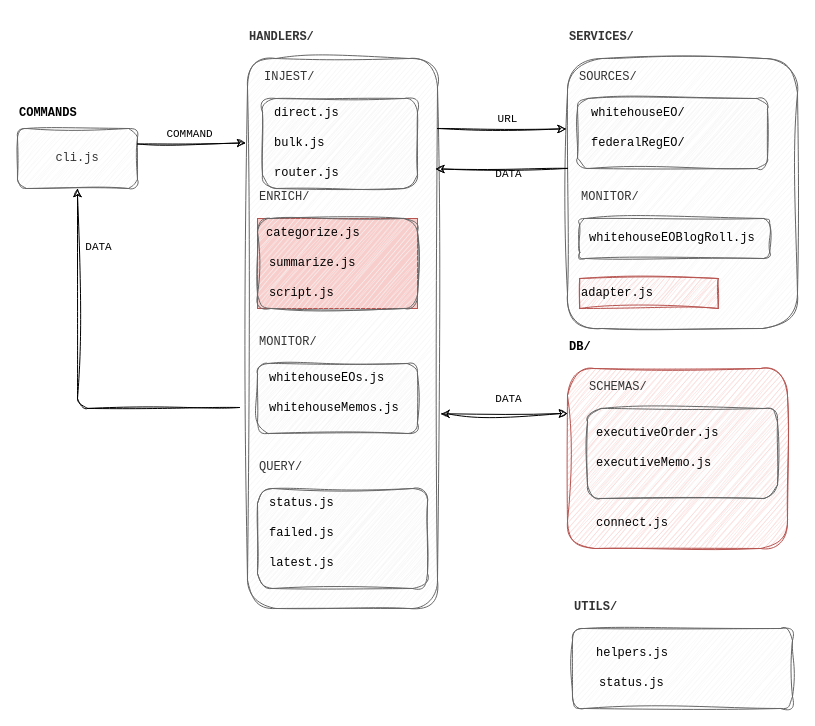
Before: plan.drawio in brienjl/policy-scoop-cli, a draw.io diagram. Source tidied: cells renumbered, new cells numbered last; positions are measured from the earlier drawing's top-left corner, leaving out a move shared by most shapes. Both pictures are drawn from the tidied source at 100%, with x=0, y=0 at pixel (17, 58).
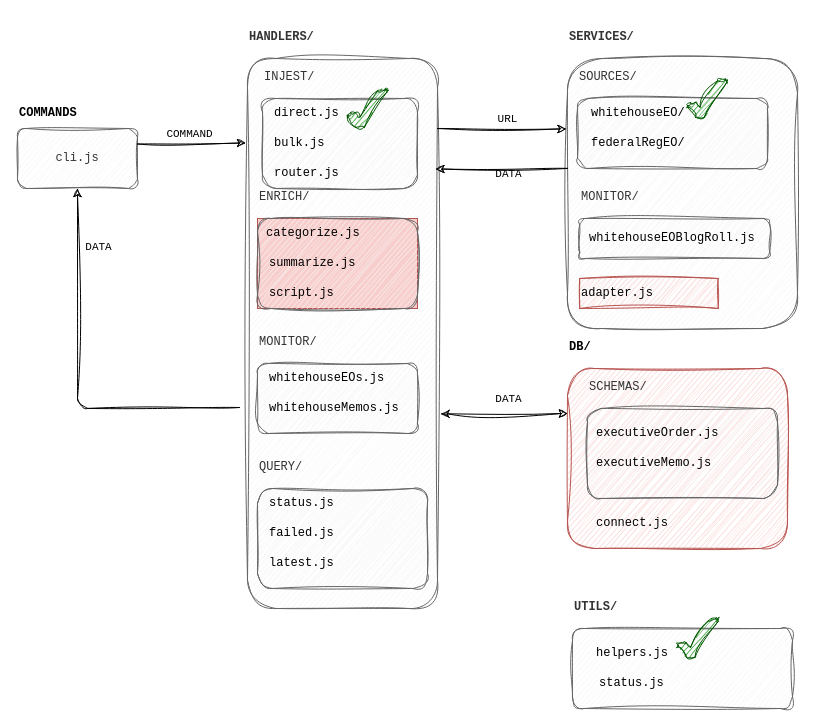
After the change.

Diff of the diagram source:
```diff
@@
+    <mxCell id="48" style="verticalLabelPosition=bottom;verticalAlign=top;html=1;shape=mxgraph.basic.tick;fillColor=#008a00;strokeColor=#005700;sketch=1;curveFitting=1;jiggle=2;fontColor=#ffffff;" parent="1" vertex="1">
+      <mxGeometry x="670" y="20" width="40" height="40" as="geometry" />
+    </mxCell>
+    <mxCell id="49" style="verticalLabelPosition=bottom;verticalAlign=top;html=1;shape=mxgraph.basic.tick;fillColor=#008a00;strokeColor=#005700;sketch=1;curveFitting=1;jiggle=2;fontColor=#ffffff;" parent="1" vertex="1">
+      <mxGeometry x="330" y="30" width="40" height="40" as="geometry" />
+    </mxCell>
+    <mxCell id="50" style="verticalLabelPosition=bottom;verticalAlign=top;html=1;shape=mxgraph.basic.tick;fillColor=#008a00;strokeColor=#005700;sketch=1;curveFitting=1;jiggle=2;fontColor=#ffffff;" parent="1" vertex="1">
+      <mxGeometry x="660.7" y="560" width="40" height="40" as="geometry" />
+    </mxCell>
```
